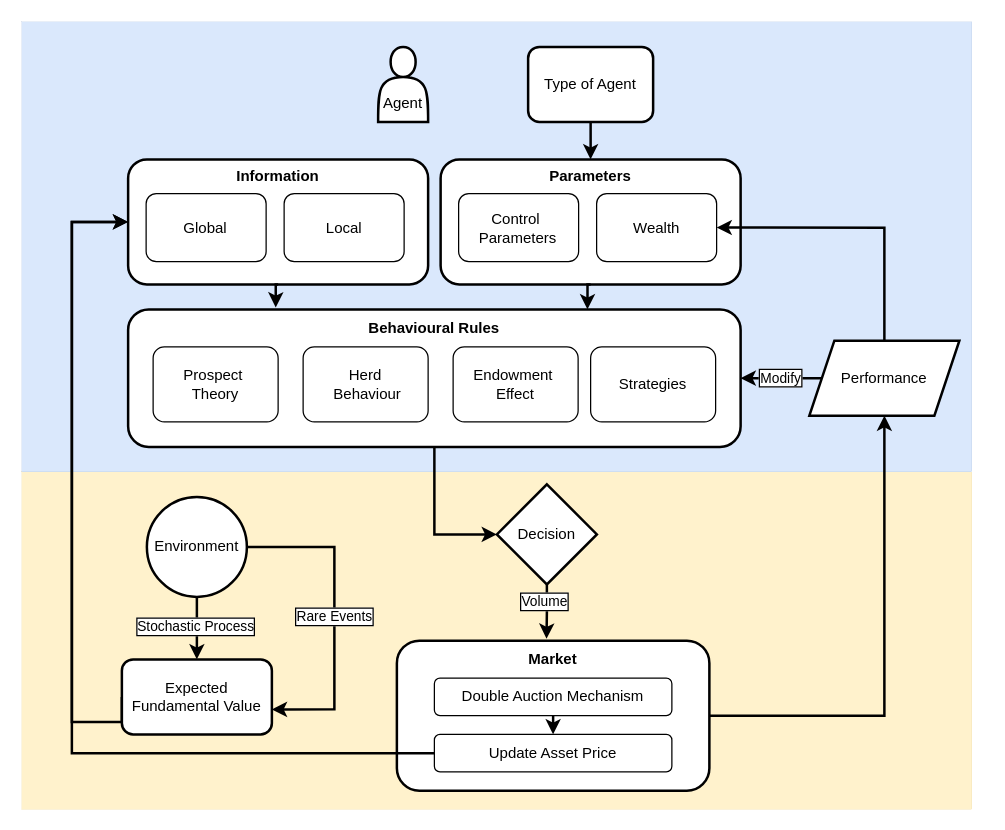
The draw.io diagram Untitled Diagram.drawio in JustSimpleLucas/agent-based-modelling-behavioural-fianance, before the edit. Source tidied: cells renumbered, new cells numbered last; positions are measured from the earlier drawing's top-left corner, leaving out a move shared by most shapes. Both pictures are drawn from the tidied source at 125%, with x=0, y=0 at pixel (21, 21).
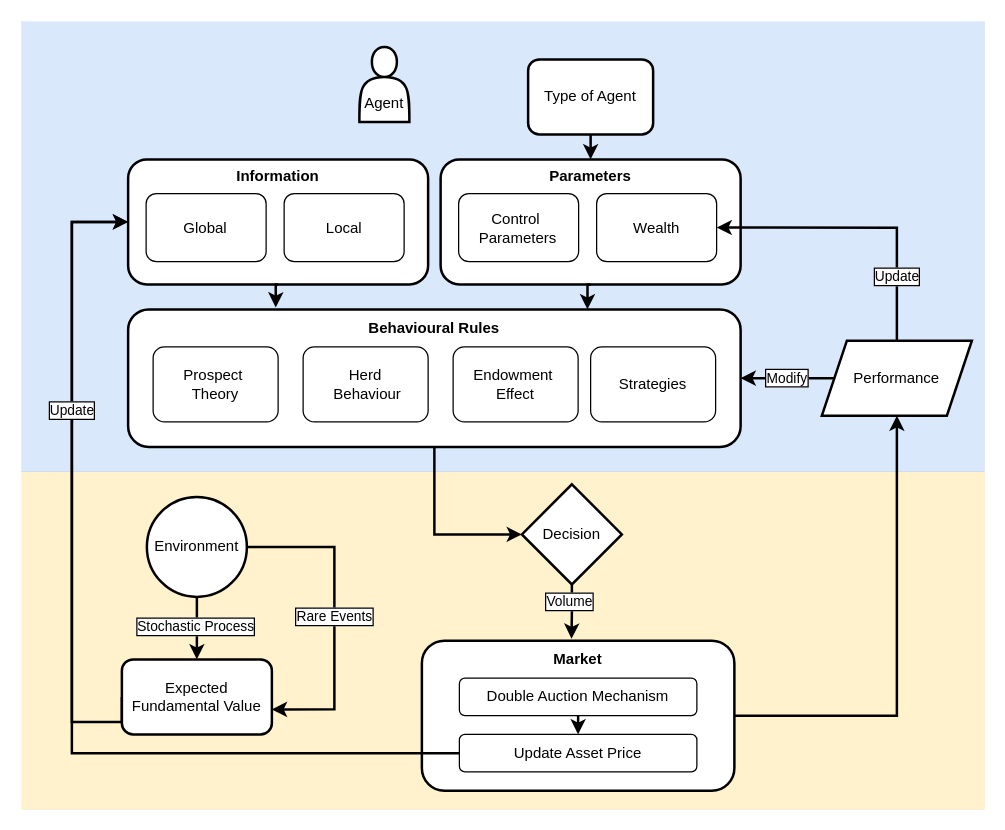
Above is the later version.

The change refers to these unchanged cells:
```xml
<mxCell id="25" style="edgeStyle=orthogonalEdgeStyle;rounded=0;jettySize=auto;html=1;exitX=0.5;exitY=0;exitDx=0;exitDy=0;entryX=1;entryY=0.5;entryDx=0;entryDy=0;strokeWidth=2;" parent="1" edge="1" source="26" target="14">
  <mxGeometry relative="1" as="geometry" />
</mxCell>
<mxCell id="49" style="edgeStyle=orthogonalEdgeStyle;rounded=0;jettySize=auto;html=1;exitX=0;exitY=0.5;exitDx=0;exitDy=0;strokeWidth=2;entryX=0;entryY=0.5;entryDx=0;entryDy=0;" parent="1" edge="1" source="34" target="20">
  <mxGeometry relative="1" as="geometry">
    <Array as="points">
      <mxPoint x="40" y="585" />
      <mxPoint x="40" y="160" />
    </Array>
  </mxGeometry>
</mxCell>
```

What changed in the source:
```diff
@@
     <mxCell id="2" style="rounded=0;whiteSpace=wrap;html=1;fillColor=#fff2cc;strokeColor=#d6b656;strokeWidth=0;" parent="1" vertex="1">
-      <mxGeometry y="360" width="760" height="270" as="geometry" />
+      <mxGeometry y="360" width="770" height="270" as="geometry" />
     </mxCell>
     <mxCell id="3" style="rounded=0;whiteSpace=wrap;html=1;fillColor=#dae8fc;strokeColor=#6c8ebf;labelBorderColor=none;strokeWidth=0;" parent="1" vertex="1">
-      <mxGeometry width="760" height="360" as="geometry" />
+      <mxGeometry width="770" height="360" as="geometry" />
     </mxCell>
@@
     <mxCell id="17" value="Type of Agent" style="rounded=1;whiteSpace=wrap;html=1;strokeWidth=2;" parent="1" vertex="1">
-      <mxGeometry x="405" y="20" width="100" height="60" as="geometry" />
+      <mxGeometry x="405" y="30" width="100" height="60" as="geometry" />
     </mxCell>
     <mxCell id="18" value="Decision" style="rhombus;whiteSpace=wrap;html=1;strokeWidth=2;" parent="1" vertex="1">
-      <mxGeometry x="380" y="370" width="80" height="80" as="geometry" />
+      <mxGeometry x="400" y="370" width="80" height="80" as="geometry" />
     </mxCell>
@@
+    <mxCell id="50" value="Update" style="edgeLabel;html=1;align=center;verticalAlign=middle;labelBorderColor=default;" parent="25" vertex="1">
+      <mxGeometry x="-0.56" y="1" relative="1" as="geometry" />
+    </mxCell>
     <mxCell id="26" value="Performance" style="shape=parallelogram;perimeter=parallelogramPerimeter;whiteSpace=wrap;html=1;fixedSize=1;strokeWidth=2;" parent="1" vertex="1">
-      <mxGeometry x="630" y="255" width="120" height="60" as="geometry" />
+      <mxGeometry x="640" y="255" width="120" height="60" as="geometry" />
     </mxCell>
     <mxCell id="27" style="group;" parent="1" vertex="1">
-      <mxGeometry x="300" y="495" width="250" height="120" as="geometry" />
+      <mxGeometry x="320" y="495" width="250" height="120" as="geometry" />
     </mxCell>
@@
     <mxCell id="48" value="&lt;div&gt;&lt;br&gt;&lt;/div&gt;&lt;div&gt;&lt;br&gt;&lt;/div&gt;&lt;div&gt;Agent&lt;/div&gt;" style="shape=actor;whiteSpace=wrap;html=1;strokeWidth=2;" parent="1" vertex="1">
-      <mxGeometry x="285" y="20" width="40" height="60" as="geometry" />
+      <mxGeometry x="270" y="20" width="40" height="60" as="geometry" />
     </mxCell>
@@
+    <mxCell id="51" value="Update" style="edgeLabel;html=1;align=center;verticalAlign=middle;labelBorderColor=default;" parent="49" vertex="1">
+      <mxGeometry x="0.5" y="1" relative="1" as="geometry" />
+    </mxCell>
```
